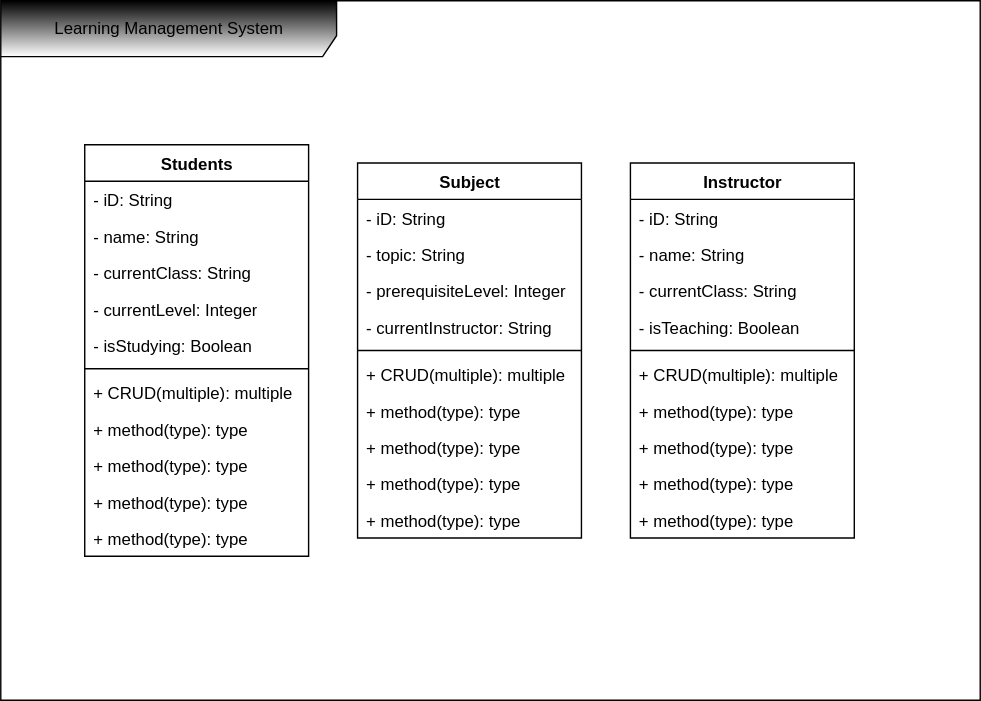
Abdullah-Alwael/SpringBootLab7 keeps this draw.io diagram as LMS.svg. Above is the earlier version. Source tidied: cells renumbered, new cells last; positions are measured from the earlier drawing's top-left corner, leaving out a move shared by most shapes.
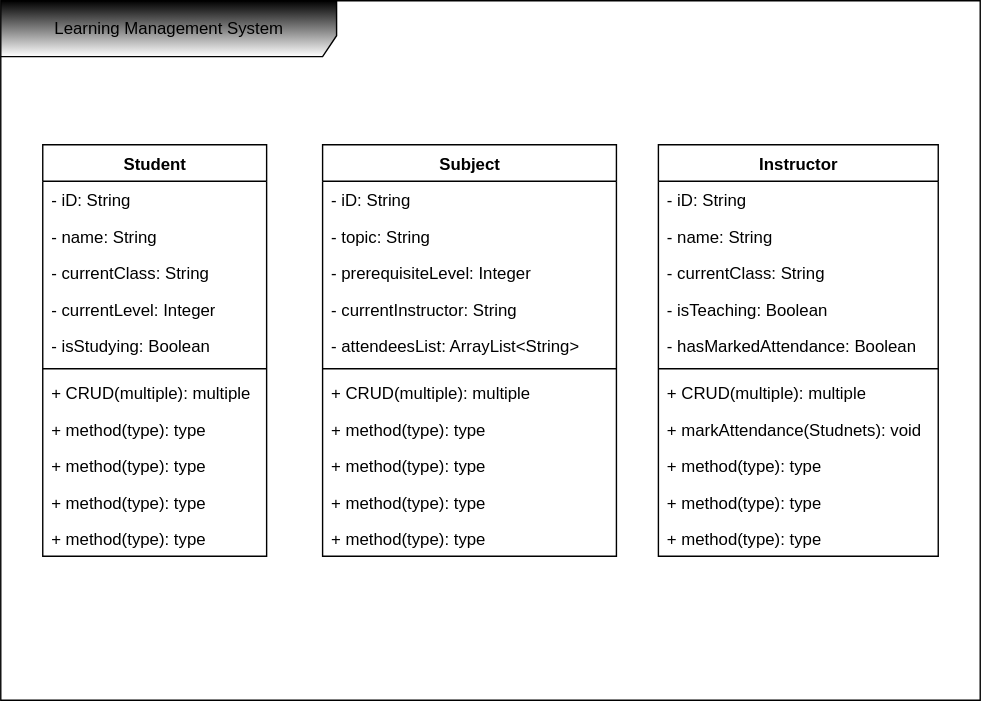
Above is the later version.

Commit message:
Updating UML diagram

The edit, as a diff of the source:
```diff
@@ -2,44 +2,47 @@
   <root>
     <mxCell id="0" />
     <mxCell id="1" parent="0" />
-    <mxCell id="2" value="Learning Management System" style="shape=umlFrame;whiteSpace=wrap;html=1;width=240;height=40;gradientColor=default;swimlaneFillColor=default;gradientDirection=north;fillColor=default;strokeColor=default;shadow=0;" parent="1" vertex="1">
+    <mxCell id="2" value="Learning Management System" style="shape=umlFrame;whiteSpace=wrap;html=1;width=240;height=40;gradientColor=default;swimlaneFillColor=default;gradientDirection=north;fillColor=default;strokeColor=default;" parent="1" vertex="1">
       <mxGeometry width="700" height="500" as="geometry" />
     </mxCell>
     <mxCell id="3" value="Subject" style="swimlane;fontStyle=1;align=center;verticalAlign=top;horizontal=1;startSize=26;whiteSpace=wrap;html=1;" parent="1" vertex="1">
-      <mxGeometry x="255" y="116" width="160" height="268" as="geometry" />
+      <mxGeometry x="230" y="103" width="210" height="294" as="geometry" />
     </mxCell>
     <mxCell id="4" value="- iD: String" style="text;strokeColor=none;fillColor=none;align=left;verticalAlign=top;spacingLeft=4;spacingRight=4;overflow=hidden;whiteSpace=wrap;html=1;" parent="3" vertex="1">
-      <mxGeometry y="26" width="160" height="26" as="geometry" />
+      <mxGeometry y="26" width="210" height="26" as="geometry" />
     </mxCell>
     <mxCell id="5" value="&lt;div style=&quot;direction: ltr;&quot;&gt;&lt;span style=&quot;background-color: transparent; color: light-dark(rgb(0, 0, 0), rgb(255, 255, 255));&quot;&gt;- topic: String&lt;/span&gt;&lt;/div&gt;" style="text;strokeColor=none;fillColor=none;align=left;verticalAlign=top;spacingLeft=4;spacingRight=4;overflow=hidden;whiteSpace=wrap;html=1;" parent="3" vertex="1">
-      <mxGeometry y="52" width="160" height="26" as="geometry" />
+      <mxGeometry y="52" width="210" height="26" as="geometry" />
     </mxCell>
     <mxCell id="6" value="- prerequisiteLevel: Integer" style="text;strokeColor=none;fillColor=none;align=left;verticalAlign=top;spacingLeft=4;spacingRight=4;overflow=hidden;whiteSpace=wrap;html=1;" parent="3" vertex="1">
-      <mxGeometry y="78" width="160" height="26" as="geometry" />
+      <mxGeometry y="78" width="210" height="26" as="geometry" />
     </mxCell>
     <mxCell id="7" value="- currentInstructor: String" style="text;strokeColor=none;fillColor=none;align=left;verticalAlign=top;spacingLeft=4;spacingRight=4;overflow=hidden;whiteSpace=wrap;html=1;" parent="3" vertex="1">
-      <mxGeometry y="104" width="160" height="26" as="geometry" />
+      <mxGeometry y="104" width="210" height="26" as="geometry" />
     </mxCell>
+    <mxCell id="37" value="- attendeesList: ArrayList&amp;lt;String&amp;gt;" style="text;strokeColor=none;fillColor=none;align=left;verticalAlign=top;spacingLeft=4;spacingRight=4;overflow=hidden;whiteSpace=wrap;html=1;" parent="3" vertex="1">
+      <mxGeometry y="130" width="210" height="26" as="geometry" />
+    </mxCell>
     <mxCell id="8" style="line;strokeWidth=1;fillColor=none;align=left;verticalAlign=middle;spacingTop=-1;spacingLeft=3;spacingRight=3;labelPosition=right;strokeColor=inherit;" parent="3" vertex="1">
-      <mxGeometry y="130" width="160" height="8" as="geometry" />
+      <mxGeometry y="156" width="210" height="8" as="geometry" />
     </mxCell>
     <mxCell id="9" value="+ CRUD(multiple): multiple" style="text;strokeColor=none;fillColor=none;align=left;verticalAlign=top;spacingLeft=4;spacingRight=4;overflow=hidden;whiteSpace=wrap;html=1;" parent="3" vertex="1">
-      <mxGeometry y="138" width="160" height="26" as="geometry" />
+      <mxGeometry y="164" width="210" height="26" as="geometry" />
     </mxCell>
     <mxCell id="10" value="+ method(type): type" style="text;strokeColor=none;fillColor=none;align=left;verticalAlign=top;spacingLeft=4;spacingRight=4;overflow=hidden;whiteSpace=wrap;html=1;" parent="3" vertex="1">
-      <mxGeometry y="164" width="160" height="26" as="geometry" />
+      <mxGeometry y="190" width="210" height="26" as="geometry" />
     </mxCell>
     <mxCell id="11" value="+ method(type): type" style="text;strokeColor=none;fillColor=none;align=left;verticalAlign=top;spacingLeft=4;spacingRight=4;overflow=hidden;whiteSpace=wrap;html=1;" parent="3" vertex="1">
-      <mxGeometry y="190" width="160" height="26" as="geometry" />
+      <mxGeometry y="216" width="210" height="26" as="geometry" />
     </mxCell>
     <mxCell id="12" value="+ method(type): type" style="text;strokeColor=none;fillColor=none;align=left;verticalAlign=top;spacingLeft=4;spacingRight=4;overflow=hidden;whiteSpace=wrap;html=1;" parent="3" vertex="1">
-      <mxGeometry y="216" width="160" height="26" as="geometry" />
+      <mxGeometry y="242" width="210" height="26" as="geometry" />
     </mxCell>
     <mxCell id="13" value="+ method(type): type" style="text;strokeColor=none;fillColor=none;align=left;verticalAlign=top;spacingLeft=4;spacingRight=4;overflow=hidden;whiteSpace=wrap;html=1;" parent="3" vertex="1">
-      <mxGeometry y="242" width="160" height="26" as="geometry" />
+      <mxGeometry y="268" width="210" height="26" as="geometry" />
     </mxCell>
-    <mxCell id="14" value="Students" style="swimlane;fontStyle=1;align=center;verticalAlign=top;horizontal=1;startSize=26;whiteSpace=wrap;html=1;" parent="1" vertex="1">
-      <mxGeometry x="60" y="103" width="160" height="294" as="geometry" />
+    <mxCell id="14" value="Student" style="swimlane;fontStyle=1;align=center;verticalAlign=top;horizontal=1;startSize=26;whiteSpace=wrap;html=1;" parent="1" vertex="1">
+      <mxGeometry x="30" y="103" width="160" height="294" as="geometry" />
     </mxCell>
     <mxCell id="15" value="- iD: String" style="text;strokeColor=none;fillColor=none;align=left;verticalAlign=top;spacingLeft=4;spacingRight=4;overflow=hidden;whiteSpace=wrap;html=1;" parent="14" vertex="1">
       <mxGeometry y="26" width="160" height="26" as="geometry" />
@@ -75,37 +78,40 @@
       <mxGeometry y="268" width="160" height="26" as="geometry" />
     </mxCell>
     <mxCell id="26" value="Instructor" style="swimlane;fontStyle=1;align=center;verticalAlign=top;horizontal=1;startSize=26;whiteSpace=wrap;html=1;" parent="1" vertex="1">
-      <mxGeometry x="450" y="116" width="160" height="268" as="geometry" />
+      <mxGeometry x="470" y="103" width="200" height="294" as="geometry" />
     </mxCell>
     <mxCell id="27" value="- iD: String" style="text;strokeColor=none;fillColor=none;align=left;verticalAlign=top;spacingLeft=4;spacingRight=4;overflow=hidden;whiteSpace=wrap;html=1;" parent="26" vertex="1">
-      <mxGeometry y="26" width="160" height="26" as="geometry" />
+      <mxGeometry y="26" width="200" height="26" as="geometry" />
     </mxCell>
     <mxCell id="28" value="- name: String" style="text;strokeColor=none;fillColor=none;align=left;verticalAlign=top;spacingLeft=4;spacingRight=4;overflow=hidden;whiteSpace=wrap;html=1;" parent="26" vertex="1">
-      <mxGeometry y="52" width="160" height="26" as="geometry" />
+      <mxGeometry y="52" width="200" height="26" as="geometry" />
     </mxCell>
     <mxCell id="29" value="- currentClass: String" style="text;strokeColor=none;fillColor=none;align=left;verticalAlign=top;spacingLeft=4;spacingRight=4;overflow=hidden;whiteSpace=wrap;html=1;" parent="26" vertex="1">
-      <mxGeometry y="78" width="160" height="26" as="geometry" />
+      <mxGeometry y="78" width="200" height="26" as="geometry" />
     </mxCell>
     <mxCell id="30" value="- isTeaching: Boolean" style="text;strokeColor=none;fillColor=none;align=left;verticalAlign=top;spacingLeft=4;spacingRight=4;overflow=hidden;whiteSpace=wrap;html=1;" parent="26" vertex="1">
-      <mxGeometry y="104" width="160" height="26" as="geometry" />
+      <mxGeometry y="104" width="200" height="26" as="geometry" />
     </mxCell>
+    <mxCell id="38" value="- hasMarkedAttendance: Boolean" style="text;strokeColor=none;fillColor=none;align=left;verticalAlign=top;spacingLeft=4;spacingRight=4;overflow=hidden;whiteSpace=wrap;html=1;" parent="26" vertex="1">
+      <mxGeometry y="130" width="200" height="26" as="geometry" />
+    </mxCell>
     <mxCell id="31" style="line;strokeWidth=1;fillColor=none;align=left;verticalAlign=middle;spacingTop=-1;spacingLeft=3;spacingRight=3;labelPosition=right;strokeColor=inherit;" parent="26" vertex="1">
-      <mxGeometry y="130" width="160" height="8" as="geometry" />
+      <mxGeometry y="156" width="200" height="8" as="geometry" />
     </mxCell>
     <mxCell id="32" value="+ CRUD(multiple): multiple" style="text;strokeColor=none;fillColor=none;align=left;verticalAlign=top;spacingLeft=4;spacingRight=4;overflow=hidden;whiteSpace=wrap;html=1;" parent="26" vertex="1">
-      <mxGeometry y="138" width="160" height="26" as="geometry" />
+      <mxGeometry y="164" width="200" height="26" as="geometry" />
     </mxCell>
-    <mxCell id="33" value="+ method(type): type" style="text;strokeColor=none;fillColor=none;align=left;verticalAlign=top;spacingLeft=4;spacingRight=4;overflow=hidden;whiteSpace=wrap;html=1;" parent="26" vertex="1">
-      <mxGeometry y="164" width="160" height="26" as="geometry" />
+    <mxCell id="33" value="+ markAttendance(Studnets): void" style="text;strokeColor=none;fillColor=none;align=left;verticalAlign=top;spacingLeft=4;spacingRight=4;overflow=hidden;whiteSpace=wrap;html=1;" parent="26" vertex="1">
+      <mxGeometry y="190" width="200" height="26" as="geometry" />
     </mxCell>
     <mxCell id="34" value="+ method(type): type" style="text;strokeColor=none;fillColor=none;align=left;verticalAlign=top;spacingLeft=4;spacingRight=4;overflow=hidden;whiteSpace=wrap;html=1;" parent="26" vertex="1">
-      <mxGeometry y="190" width="160" height="26" as="geometry" />
+      <mxGeometry y="216" width="200" height="26" as="geometry" />
     </mxCell>
     <mxCell id="35" value="+ method(type): type" style="text;strokeColor=none;fillColor=none;align=left;verticalAlign=top;spacingLeft=4;spacingRight=4;overflow=hidden;whiteSpace=wrap;html=1;" parent="26" vertex="1">
-      <mxGeometry y="216" width="160" height="26" as="geometry" />
+      <mxGeometry y="242" width="200" height="26" as="geometry" />
     </mxCell>
     <mxCell id="36" value="+ method(type): type" style="text;strokeColor=none;fillColor=none;align=left;verticalAlign=top;spacingLeft=4;spacingRight=4;overflow=hidden;whiteSpace=wrap;html=1;" parent="26" vertex="1">
-      <mxGeometry y="242" width="160" height="26" as="geometry" />
+      <mxGeometry y="268" width="200" height="26" as="geometry" />
     </mxCell>
   </root>
 </mxGraphModel>
```
